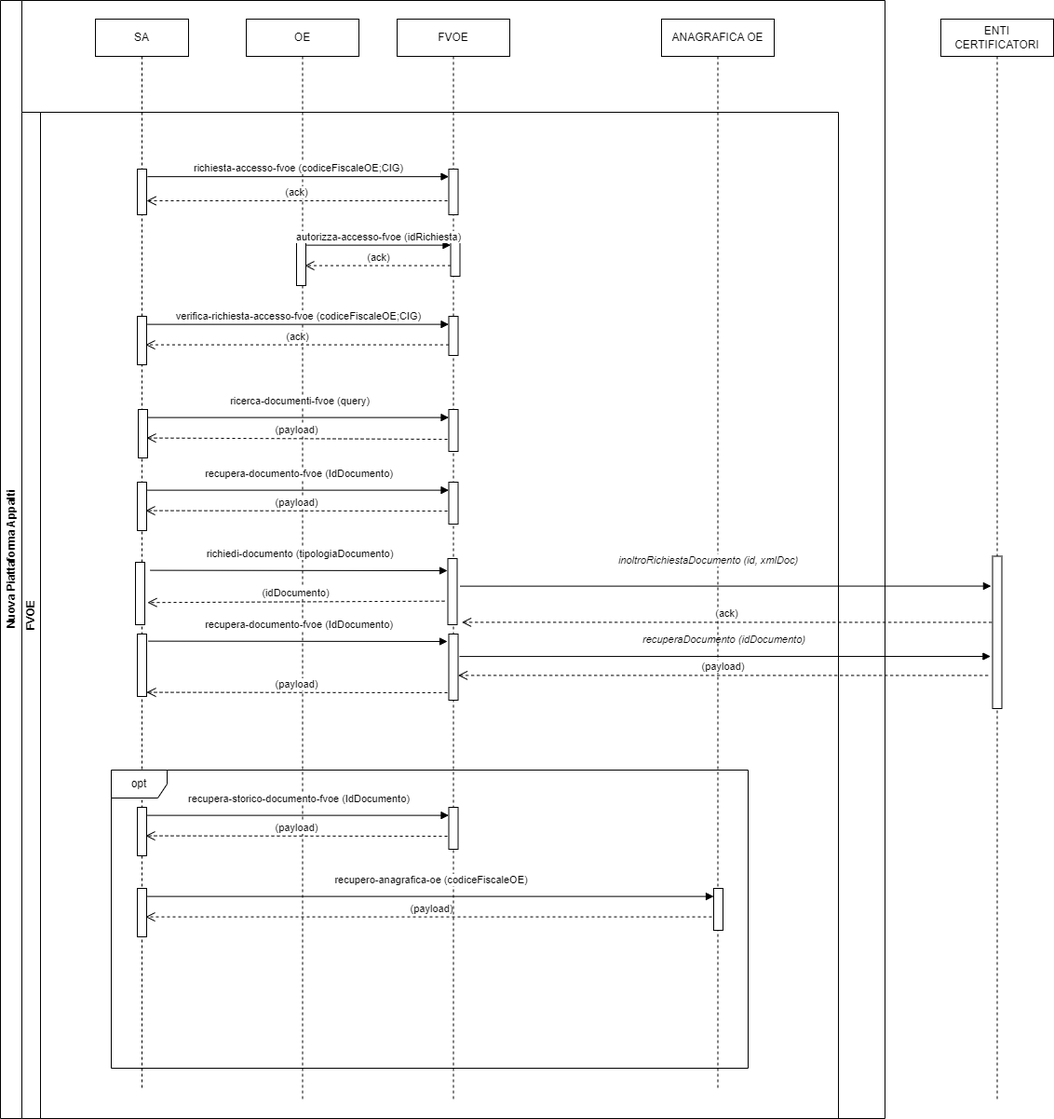
Earlier version of the draw.io export docs/immagini/flusso-interoperabilita-fvoe.png (anticorruzione/npa). Source tidied: cells renumbered, new cells last; positions are measured from the earlier drawing's top-left corner, leaving out a move shared by most shapes. Source of this version:
```xml
<mxGraphModel>
  <root>
    <mxCell id="0" />
    <mxCell id="1" parent="0" />
    <mxCell id="2" value="Nuova Piattaforma Appalti" style="swimlane;horizontal=0;whiteSpace=wrap;html=1;strokeWidth=1;" parent="1" vertex="1">
      <mxGeometry width="950" height="1200" as="geometry" />
    </mxCell>
    <mxCell id="3" value="SA" style="shape=umlLifeline;perimeter=lifelinePerimeter;whiteSpace=wrap;html=1;" parent="2" vertex="1">
      <mxGeometry x="102" y="20" width="100" height="1150" as="geometry" />
    </mxCell>
    <mxCell id="4" value="FVOE" style="swimlane;startSize=20;horizontal=0;html=1;whiteSpace=wrap;" parent="2" vertex="1">
      <mxGeometry x="23" y="120" width="877" height="1080" as="geometry" />
    </mxCell>
    <mxCell id="5" style="html=1;points=[];perimeter=orthogonalPerimeter;" parent="4" vertex="1">
      <mxGeometry x="124" y="61" width="10" height="49" as="geometry" />
    </mxCell>
    <mxCell id="6" style="html=1;points=[];perimeter=orthogonalPerimeter;" parent="4" vertex="1">
      <mxGeometry x="124" y="219" width="10" height="52" as="geometry" />
    </mxCell>
    <mxCell id="7" value="opt" style="shape=umlFrame;whiteSpace=wrap;html=1;" parent="4" vertex="1">
      <mxGeometry x="96" y="706" width="684" height="320" as="geometry" />
    </mxCell>
    <mxCell id="8" style="html=1;perimeter=orthogonalPerimeter;" parent="4" vertex="1">
      <mxGeometry x="124" y="560" width="10" height="67" as="geometry" />
    </mxCell>
    <mxCell id="9" value="&lt;i style=&quot;&quot;&gt;recuperaDocumento (idDocumento)&lt;/i&gt;" style="html=1;verticalAlign=bottom;endArrow=block;rounded=0;exitX=1.097;exitY=0.166;exitDx=0;exitDy=0;exitPerimeter=0;endFill=1;entryX=-0.161;entryY=0.3;entryDx=0;entryDy=0;entryPerimeter=0;strokeColor=#000000;" parent="4" edge="1">
      <mxGeometry y="9" relative="1" as="geometry">
        <mxPoint x="470" y="584.1" as="sourcePoint" />
        <mxPoint x="1040.4" y="584" as="targetPoint" />
      </mxGeometry>
    </mxCell>
    <mxCell id="10" value="OE" style="shape=umlLifeline;perimeter=lifelinePerimeter;whiteSpace=wrap;html=1;" parent="2" vertex="1">
      <mxGeometry x="264" y="20" width="121" height="1160" as="geometry" />
    </mxCell>
    <mxCell id="11" value="FVOE" style="shape=umlLifeline;perimeter=lifelinePerimeter;whiteSpace=wrap;html=1;" parent="2" vertex="1">
      <mxGeometry x="426" y="20" width="121" height="1160" as="geometry" />
    </mxCell>
    <mxCell id="12" style="html=1;points=[];perimeter=orthogonalPerimeter;" parent="11" vertex="1">
      <mxGeometry x="55.5" y="419" width="10" height="45" as="geometry" />
    </mxCell>
    <mxCell id="13" style="html=1;points=[];perimeter=orthogonalPerimeter;" parent="11" vertex="1">
      <mxGeometry x="55.5" y="497" width="10" height="45" as="geometry" />
    </mxCell>
    <mxCell id="14" style="html=1;points=[];perimeter=orthogonalPerimeter;" parent="11" vertex="1">
      <mxGeometry x="55.5" y="846" width="10" height="45" as="geometry" />
    </mxCell>
    <mxCell id="15" style="html=1;points=[];perimeter=orthogonalPerimeter;" parent="11" vertex="1">
      <mxGeometry x="55.5" y="161" width="10" height="49" as="geometry" />
    </mxCell>
    <mxCell id="16" style="html=1;points=[];perimeter=orthogonalPerimeter;" parent="11" vertex="1">
      <mxGeometry x="55.5" y="319" width="10" height="42" as="geometry" />
    </mxCell>
    <mxCell id="17" style="html=1;perimeter=orthogonalPerimeter;" parent="11" vertex="1">
      <mxGeometry x="55.5" y="660" width="10" height="71" as="geometry" />
    </mxCell>
    <mxCell id="18" value="richiesta-accesso-fvoe (codiceFiscaleOE;CIG)" style="html=1;verticalAlign=bottom;endArrow=block;rounded=0;exitX=1.097;exitY=0.166;exitDx=0;exitDy=0;exitPerimeter=0;endFill=1;" parent="2" edge="1" source="5" target="15">
      <mxGeometry relative="1" as="geometry" />
    </mxCell>
    <mxCell id="19" value="(ack)" style="html=1;verticalAlign=bottom;endArrow=open;dashed=1;endSize=8;rounded=0;" parent="2" edge="1">
      <mxGeometry relative="1" as="geometry">
        <mxPoint x="480" y="215" as="sourcePoint" />
        <mxPoint x="157" y="215" as="targetPoint" />
      </mxGeometry>
    </mxCell>
    <mxCell id="20" value="(ack)" style="html=1;verticalAlign=bottom;endArrow=open;dashed=1;endSize=8;rounded=0;entryX=0.89;entryY=0.588;entryDx=0;entryDy=0;entryPerimeter=0;" parent="2" edge="1" source="16" target="6">
      <mxGeometry relative="1" as="geometry" />
    </mxCell>
    <mxCell id="21" value="verifica-richiesta-accesso-fvoe (codiceFiscaleOE;CIG)" style="html=1;verticalAlign=bottom;endArrow=block;rounded=0;exitX=1.097;exitY=0.166;exitDx=0;exitDy=0;exitPerimeter=0;" parent="2" edge="1" source="6" target="16">
      <mxGeometry relative="1" as="geometry" />
    </mxCell>
    <mxCell id="22" value="ANAGRAFICA OE" style="shape=umlLifeline;perimeter=lifelinePerimeter;whiteSpace=wrap;html=1;" parent="2" vertex="1">
      <mxGeometry x="710" y="20" width="121" height="1150" as="geometry" />
    </mxCell>
    <mxCell id="23" value="&lt;i style=&quot;&quot;&gt;inoltroRichiestaDocumento (id, xmlDoc)&lt;/i&gt;" style="html=1;verticalAlign=bottom;endArrow=block;rounded=0;exitX=1.097;exitY=0.166;exitDx=0;exitDy=0;exitPerimeter=0;endFill=1;entryX=-0.161;entryY=0.3;entryDx=0;entryDy=0;entryPerimeter=0;strokeColor=#000000;" parent="22" edge="1">
      <mxGeometry x="-0.07" y="19" relative="1" as="geometry">
        <mxPoint x="-216.5" y="608.6" as="sourcePoint" />
        <mxPoint x="353.9" y="608.5" as="targetPoint" />
      </mxGeometry>
    </mxCell>
    <mxCell id="24" style="html=1;points=[];perimeter=orthogonalPerimeter;" parent="1" vertex="1">
      <mxGeometry x="148" y="439" width="10" height="52" as="geometry" />
    </mxCell>
    <mxCell id="25" value="(payload)" style="html=1;verticalAlign=bottom;endArrow=open;dashed=1;endSize=8;rounded=0;entryX=0.89;entryY=0.588;entryDx=0;entryDy=0;entryPerimeter=0;" parent="1" edge="1" target="24">
      <mxGeometry relative="1" as="geometry">
        <mxPoint x="480" y="471" as="sourcePoint" />
      </mxGeometry>
    </mxCell>
    <mxCell id="26" value="&amp;nbsp;ricerca-documenti-fvoe (query)" style="html=1;verticalAlign=bottom;endArrow=block;rounded=0;exitX=1.097;exitY=0.166;exitDx=0;exitDy=0;exitPerimeter=0;endFill=1;" parent="1" edge="1" source="24" target="12">
      <mxGeometry y="9" relative="1" as="geometry" />
    </mxCell>
    <mxCell id="27" style="html=1;points=[];perimeter=orthogonalPerimeter;" parent="1" vertex="1">
      <mxGeometry x="147" y="517" width="10" height="52" as="geometry" />
    </mxCell>
    <mxCell id="28" value="(payload)" style="html=1;verticalAlign=bottom;endArrow=open;dashed=1;endSize=8;rounded=0;entryX=0.89;entryY=0.588;entryDx=0;entryDy=0;entryPerimeter=0;" parent="1" edge="1" target="27">
      <mxGeometry relative="1" as="geometry">
        <mxPoint x="480" y="548" as="sourcePoint" />
      </mxGeometry>
    </mxCell>
    <mxCell id="29" value="&amp;nbsp;recupera-documento-fvoe (IdDocumento)" style="html=1;verticalAlign=bottom;endArrow=block;rounded=0;exitX=1.097;exitY=0.166;exitDx=0;exitDy=0;exitPerimeter=0;endFill=1;" parent="1" edge="1" source="27" target="13">
      <mxGeometry y="9" relative="1" as="geometry" />
    </mxCell>
    <mxCell id="30" style="html=1;points=[];perimeter=orthogonalPerimeter;" parent="1" vertex="1">
      <mxGeometry x="147" y="866" width="10" height="52" as="geometry" />
    </mxCell>
    <mxCell id="31" value="(payload)" style="html=1;verticalAlign=bottom;endArrow=open;dashed=1;endSize=8;rounded=0;entryX=0.89;entryY=0.588;entryDx=0;entryDy=0;entryPerimeter=0;" parent="1" edge="1" target="30">
      <mxGeometry relative="1" as="geometry">
        <mxPoint x="480" y="897" as="sourcePoint" />
      </mxGeometry>
    </mxCell>
    <mxCell id="32" value="&amp;nbsp;recupera-storico-documento-fvoe (IdDocumento)" style="html=1;verticalAlign=bottom;endArrow=block;rounded=0;exitX=1.097;exitY=0.166;exitDx=0;exitDy=0;exitPerimeter=0;endFill=1;" parent="1" edge="1" source="30" target="14">
      <mxGeometry y="9" relative="1" as="geometry" />
    </mxCell>
    <mxCell id="33" style="html=1;points=[];perimeter=orthogonalPerimeter;" parent="1" vertex="1">
      <mxGeometry x="147" y="953" width="10" height="52" as="geometry" />
    </mxCell>
    <mxCell id="34" value="(payload)" style="html=1;verticalAlign=bottom;endArrow=open;dashed=1;endSize=8;rounded=0;entryX=0.89;entryY=0.588;entryDx=0;entryDy=0;entryPerimeter=0;" parent="1" edge="1" target="33">
      <mxGeometry relative="1" as="geometry">
        <mxPoint x="770" y="983.6" as="sourcePoint" />
      </mxGeometry>
    </mxCell>
    <mxCell id="35" value="&amp;nbsp;recupero-anagrafica-oe (codiceFiscaleOE)" style="html=1;verticalAlign=bottom;endArrow=block;rounded=0;exitX=1.097;exitY=0.166;exitDx=0;exitDy=0;exitPerimeter=0;endFill=1;" parent="1" edge="1" source="33" target="46">
      <mxGeometry y="9" relative="1" as="geometry" />
    </mxCell>
    <mxCell id="36" style="html=1;perimeter=orthogonalPerimeter;" parent="1" vertex="1">
      <mxGeometry x="145" y="603" width="10" height="67" as="geometry" />
    </mxCell>
    <mxCell id="37" value="(idDocumento)" style="html=1;verticalAlign=bottom;endArrow=open;dashed=1;endSize=8;rounded=0;entryX=0.89;entryY=0.588;entryDx=0;entryDy=0;entryPerimeter=0;startArrow=none;exitX=-0.65;exitY=0.314;exitDx=0;exitDy=0;exitPerimeter=0;" parent="1" edge="1">
      <mxGeometry relative="1" as="geometry">
        <mxPoint x="477" y="644.7" as="sourcePoint" />
        <mxPoint x="157.9" y="646.2" as="targetPoint" />
      </mxGeometry>
    </mxCell>
    <mxCell id="38" value="&amp;nbsp;richiedi-documento (tipologiaDocumento)" style="html=1;verticalAlign=bottom;endArrow=block;rounded=0;exitX=1.097;exitY=0.166;exitDx=0;exitDy=0;exitPerimeter=0;endFill=1;" parent="1" edge="1">
      <mxGeometry y="9" relative="1" as="geometry">
        <mxPoint x="161" y="611.6" as="sourcePoint" />
        <mxPoint x="480" y="612" as="targetPoint" />
      </mxGeometry>
    </mxCell>
    <mxCell id="39" style="html=1;points=[];perimeter=orthogonalPerimeter;" parent="1" vertex="1">
      <mxGeometry x="318" y="254" width="10" height="52" as="geometry" />
    </mxCell>
    <mxCell id="40" style="html=1;points=[];perimeter=orthogonalPerimeter;" parent="1" vertex="1">
      <mxGeometry x="483.5" y="254" width="10" height="42" as="geometry" />
    </mxCell>
    <mxCell id="41" value="autorizza-accesso-fvoe (idRichiesta)" style="html=1;verticalAlign=bottom;endArrow=block;rounded=0;exitX=1.097;exitY=0.166;exitDx=0;exitDy=0;exitPerimeter=0;" parent="1" edge="1" source="39" target="40">
      <mxGeometry relative="1" as="geometry" />
    </mxCell>
    <mxCell id="42" value="(ack)" style="html=1;verticalAlign=bottom;endArrow=open;dashed=1;endSize=8;rounded=0;entryX=0.89;entryY=0.588;entryDx=0;entryDy=0;entryPerimeter=0;" parent="1" edge="1" source="40" target="39">
      <mxGeometry relative="1" as="geometry" />
    </mxCell>
    <mxCell id="43" style="html=1;perimeter=orthogonalPerimeter;" parent="1" vertex="1">
      <mxGeometry x="480.5" y="599" width="10" height="71" as="geometry" />
    </mxCell>
    <mxCell id="44" value="(payload)" style="html=1;verticalAlign=bottom;endArrow=open;dashed=1;endSize=8;rounded=0;entryX=0.89;entryY=0.588;entryDx=0;entryDy=0;entryPerimeter=0;" parent="1" edge="1">
      <mxGeometry relative="1" as="geometry">
        <mxPoint x="480" y="743" as="sourcePoint" />
        <mxPoint x="156.9" y="742.6" as="targetPoint" />
      </mxGeometry>
    </mxCell>
    <mxCell id="45" value="&amp;nbsp;recupera-documento-fvoe (IdDocumento)" style="html=1;verticalAlign=bottom;endArrow=block;rounded=0;exitX=1.097;exitY=0.166;exitDx=0;exitDy=0;exitPerimeter=0;endFill=1;" parent="1" edge="1">
      <mxGeometry y="9" relative="1" as="geometry">
        <mxPoint x="159" y="687.6" as="sourcePoint" />
        <mxPoint x="480" y="688" as="targetPoint" />
      </mxGeometry>
    </mxCell>
    <mxCell id="46" style="html=1;points=[];perimeter=orthogonalPerimeter;" parent="1" vertex="1">
      <mxGeometry x="766" y="953" width="10" height="45" as="geometry" />
    </mxCell>
    <mxCell id="47" value="ENTI CERTIFICATORI" style="shape=umlLifeline;perimeter=lifelinePerimeter;whiteSpace=wrap;html=1;" parent="1" vertex="1">
      <mxGeometry x="1010" y="20" width="121" height="1160" as="geometry" />
    </mxCell>
    <mxCell id="48" style="html=1;points=[];perimeter=orthogonalPerimeter;" parent="47" vertex="1">
      <mxGeometry x="55.5" y="576.5" width="10" height="163.5" as="geometry" />
    </mxCell>
    <mxCell id="49" value="(ack)" style="html=1;verticalAlign=bottom;endArrow=open;dashed=1;endSize=8;rounded=0;entryX=1.201;entryY=0.518;entryDx=0;entryDy=0;entryPerimeter=0;startArrow=none;strokeColor=#000000;fontColor=#000000;exitX=-0.082;exitY=0.434;exitDx=0;exitDy=0;exitPerimeter=0;" parent="1" edge="1" source="48">
      <mxGeometry relative="1" as="geometry">
        <mxPoint x="495.5" y="667.4" as="targetPoint" />
      </mxGeometry>
    </mxCell>
    <mxCell id="50" value="(payload)" style="html=1;verticalAlign=bottom;endArrow=open;dashed=1;endSize=8;rounded=0;entryX=1.201;entryY=0.518;entryDx=0;entryDy=0;entryPerimeter=0;startArrow=none;strokeColor=#000000;fontColor=#000000;exitX=-0.082;exitY=0.434;exitDx=0;exitDy=0;exitPerimeter=0;" parent="1" edge="1">
      <mxGeometry relative="1" as="geometry">
        <mxPoint x="1060.7" y="724.5" as="sourcePoint" />
        <mxPoint x="491.5" y="724.4" as="targetPoint" />
      </mxGeometry>
    </mxCell>
  </root>
</mxGraphModel>
```
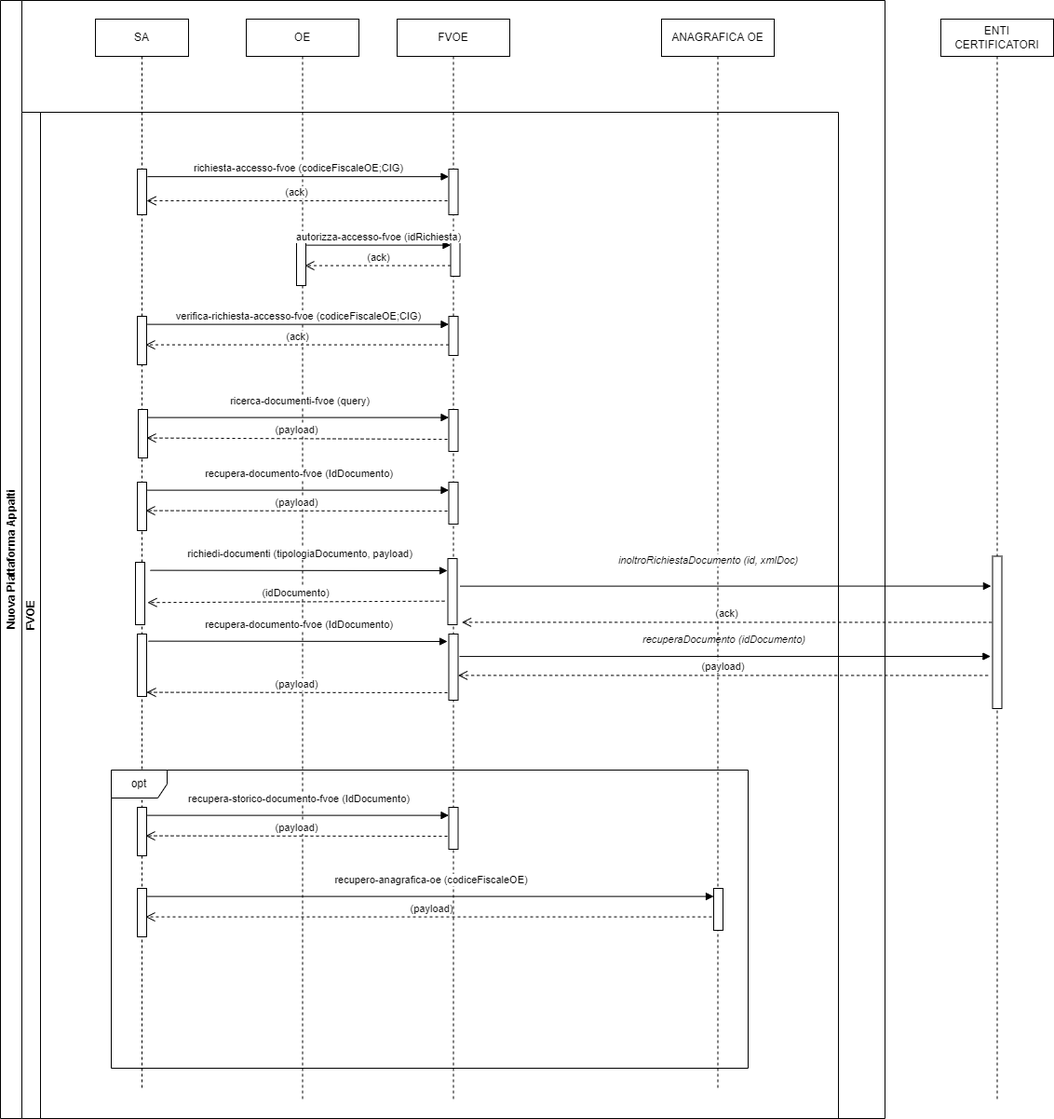
After the commit.

What changed in the source:
```diff
@@ -130,7 +130,7 @@
         <mxPoint x="157.9" y="646.2" as="targetPoint" />
       </mxGeometry>
     </mxCell>
-    <mxCell id="38" value="&amp;nbsp;richiedi-documento (tipologiaDocumento)" style="html=1;verticalAlign=bottom;endArrow=block;rounded=0;exitX=1.097;exitY=0.166;exitDx=0;exitDy=0;exitPerimeter=0;endFill=1;" parent="1" edge="1">
+    <mxCell id="38" value="&amp;nbsp;richiedi-documenti (tipologiaDocumento, payload)" style="html=1;verticalAlign=bottom;endArrow=block;rounded=0;exitX=1.097;exitY=0.166;exitDx=0;exitDy=0;exitPerimeter=0;endFill=1;" parent="1" edge="1">
       <mxGeometry y="9" relative="1" as="geometry">
         <mxPoint x="161" y="611.6" as="sourcePoint" />
         <mxPoint x="480" y="612" as="targetPoint" />
```
